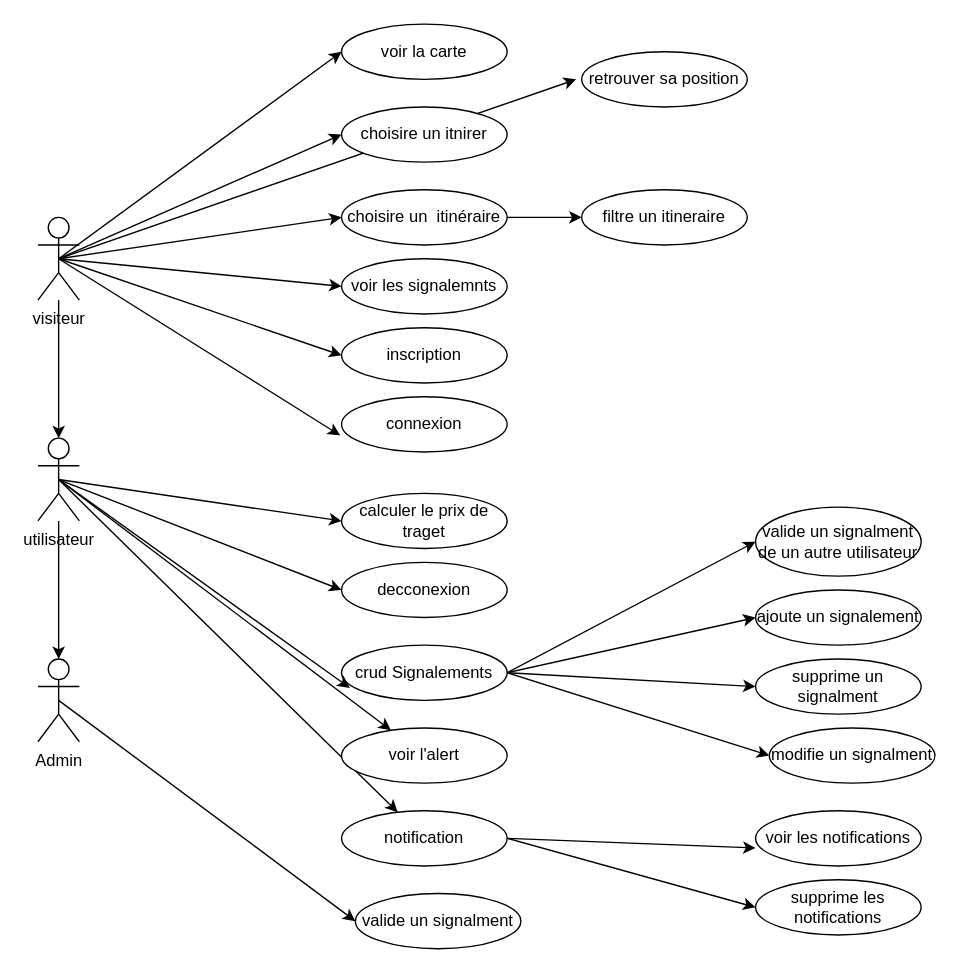
Before: Documentation/Diagramma senza titolo.drawio in hamza-bely/4proj, a draw.io diagram. Source tidied: cells renumbered, new cells numbered last; positions are measured from the earlier drawing's top-left corner, leaving out a move shared by most shapes. Both pictures are drawn from the tidied source at 138%, with x=0, y=0 at pixel (37, 23).
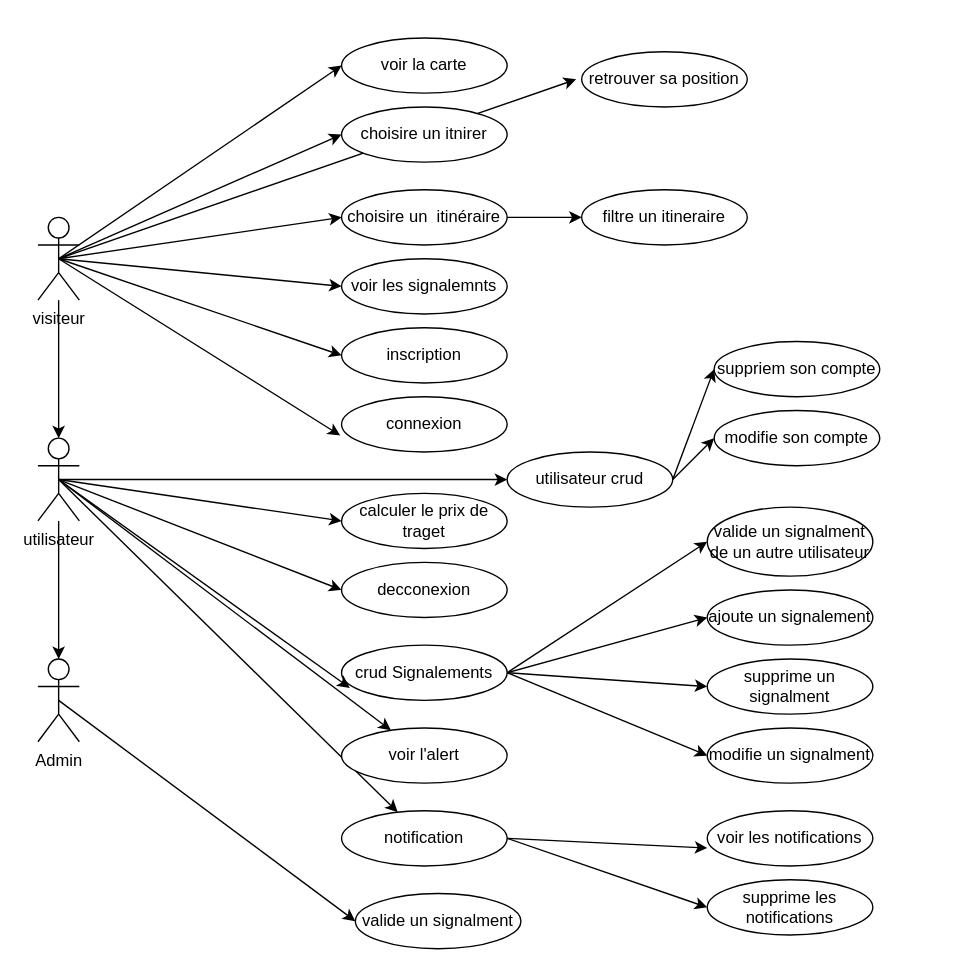
After the change.

Unchanged cells that the change refers to:
```xml
<mxCell id="14" value="utilisateur" style="shape=umlActor;verticalLabelPosition=bottom;verticalAlign=top;html=1;outlineConnect=0;" parent="1" vertex="1">
  <mxGeometry y="300" width="30" height="60" as="geometry" />
</mxCell>
```

What changed in the source:
```diff
@@
+    <mxCell id="47" style="edgeStyle=none;rounded=0;jettySize=auto;html=1;exitX=0.5;exitY=0.5;exitDx=0;exitDy=0;exitPerimeter=0;" parent="1" edge="1" source="14" target="50">
+      <mxGeometry relative="1" as="geometry" />
+    </mxCell>
@@
     <mxCell id="17" value="voir la carte" style="ellipse;whiteSpace=wrap;html=1;" parent="1" vertex="1">
-      <mxGeometry x="220" width="120" height="40" as="geometry" />
+      <mxGeometry x="220" y="10" width="120" height="40" as="geometry" />
     </mxCell>
@@
     <mxCell id="30" value="supprime un signalment" style="ellipse;whiteSpace=wrap;html=1;" parent="1" vertex="1">
-      <mxGeometry x="520" y="460" width="120" height="40" as="geometry" />
+      <mxGeometry x="485" y="460" width="120" height="40" as="geometry" />
     </mxCell>
     <mxCell id="31" value="ajoute un signalement" style="ellipse;whiteSpace=wrap;html=1;" parent="1" vertex="1">
-      <mxGeometry x="520" y="410" width="120" height="40" as="geometry" />
+      <mxGeometry x="485" y="410" width="120" height="40" as="geometry" />
     </mxCell>
     <mxCell id="32" value="modifie un signalment" style="ellipse;whiteSpace=wrap;html=1;" parent="1" vertex="1">
-      <mxGeometry x="530" y="510" width="120" height="40" as="geometry" />
+      <mxGeometry x="485" y="510" width="120" height="40" as="geometry" />
     </mxCell>
@@
     <mxCell id="37" value="voir les notifications" style="ellipse;whiteSpace=wrap;html=1;" parent="1" vertex="1">
-      <mxGeometry x="520" y="570" width="120" height="40" as="geometry" />
+      <mxGeometry x="485" y="570" width="120" height="40" as="geometry" />
     </mxCell>
     <mxCell id="38" value="supprime les notifications" style="ellipse;whiteSpace=wrap;html=1;" parent="1" vertex="1">
-      <mxGeometry x="520" y="620" width="120" height="40" as="geometry" />
+      <mxGeometry x="485" y="620" width="120" height="40" as="geometry" />
     </mxCell>
@@
     <mxCell id="41" value="valide un signalment de un autre utilisateur" style="ellipse;whiteSpace=wrap;html=1;" parent="1" vertex="1">
-      <mxGeometry x="520" y="350" width="120" height="50" as="geometry" />
+      <mxGeometry x="485" y="350" width="120" height="50" as="geometry" />
     </mxCell>
@@
+    <mxCell id="48" style="edgeStyle=none;rounded=0;jettySize=auto;html=1;exitX=1;exitY=0.5;exitDx=0;exitDy=0;entryX=0;entryY=0.5;entryDx=0;entryDy=0;" parent="1" edge="1" source="50" target="51">
+      <mxGeometry relative="1" as="geometry" />
+    </mxCell>
+    <mxCell id="49" style="edgeStyle=none;rounded=0;jettySize=auto;html=1;exitX=1;exitY=0.5;exitDx=0;exitDy=0;entryX=0;entryY=0.5;entryDx=0;entryDy=0;" parent="1" edge="1" source="50" target="52">
+      <mxGeometry relative="1" as="geometry" />
+    </mxCell>
+    <mxCell id="50" value="utilisateur crud" style="ellipse;whiteSpace=wrap;html=1;" parent="1" vertex="1">
+      <mxGeometry x="340" y="310" width="120" height="40" as="geometry" />
+    </mxCell>
+    <mxCell id="51" value="suppriem son compte" style="ellipse;whiteSpace=wrap;html=1;" parent="1" vertex="1">
+      <mxGeometry x="490" y="230" width="120" height="40" as="geometry" />
+    </mxCell>
+    <mxCell id="52" value="modifie son compte" style="ellipse;whiteSpace=wrap;html=1;" parent="1" vertex="1">
+      <mxGeometry x="490" y="280" width="120" height="40" as="geometry" />
+    </mxCell>
```
